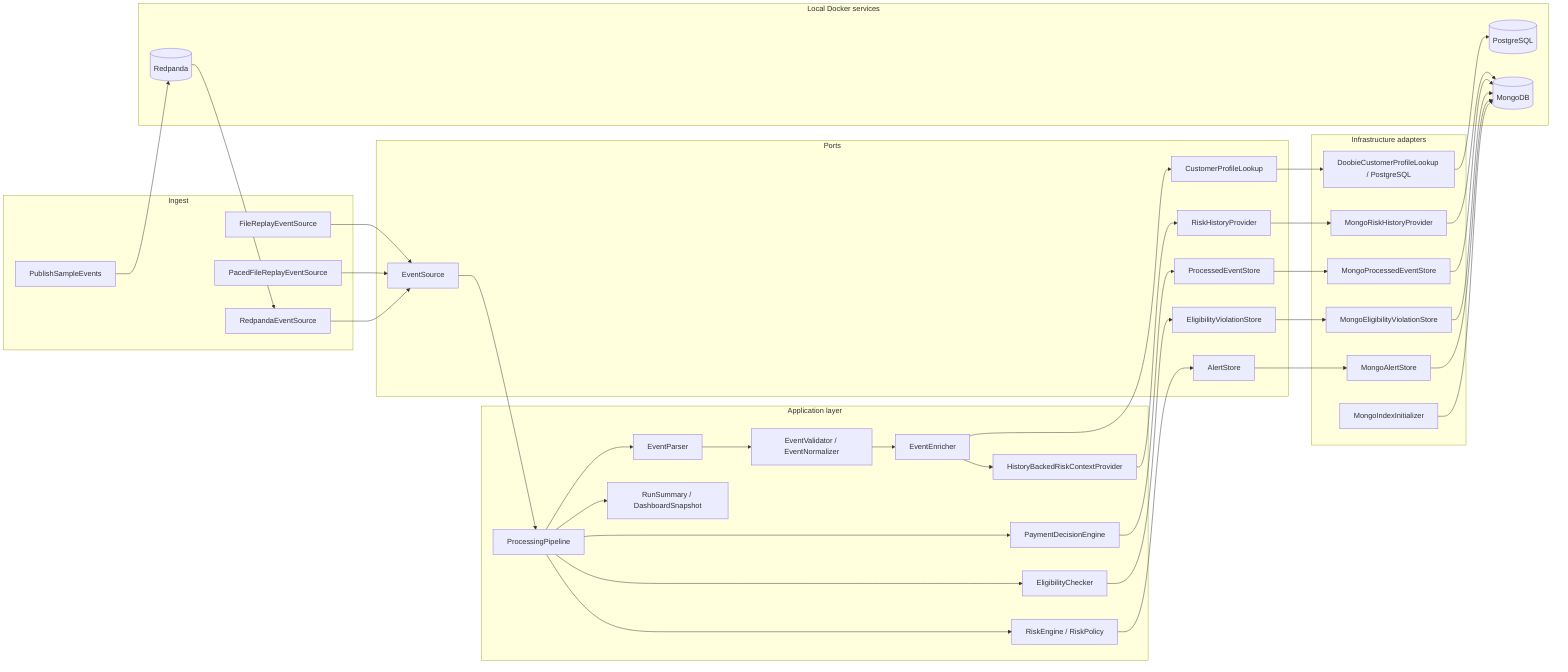
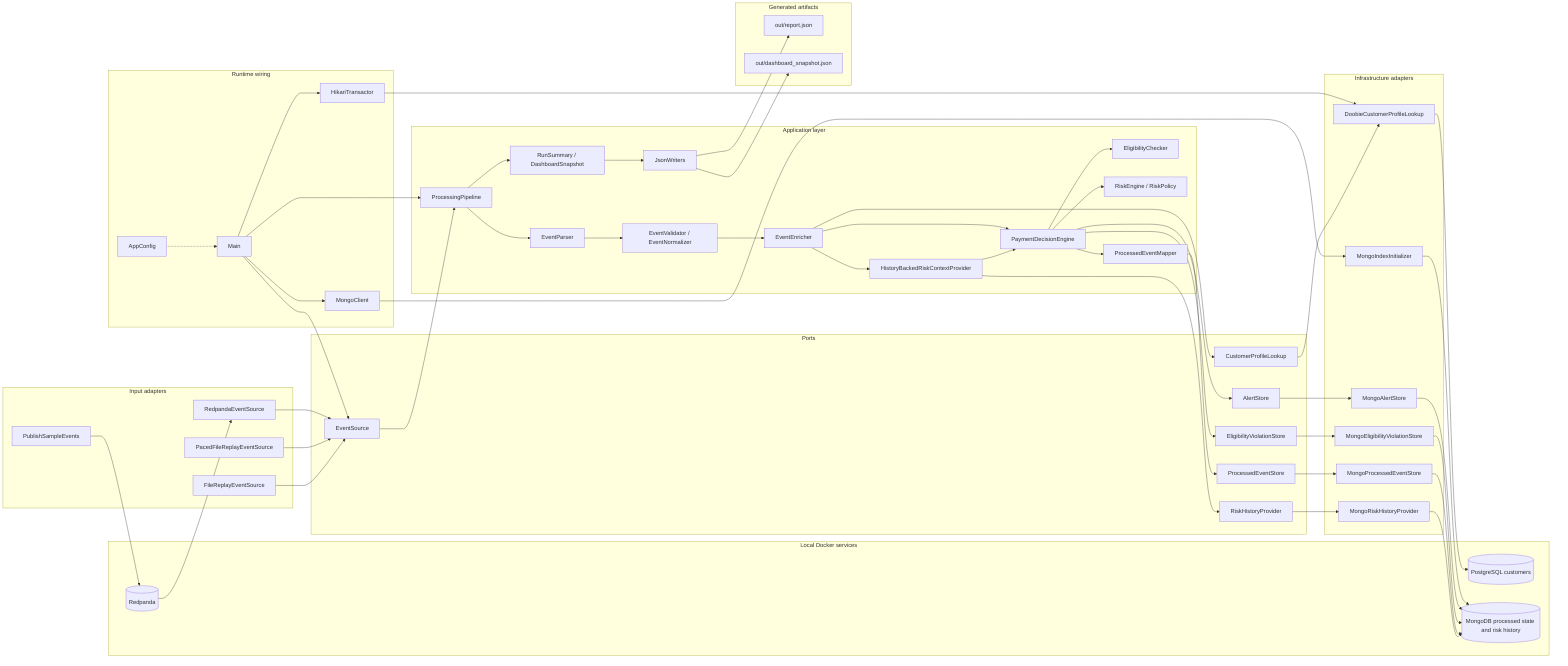
flowchart LR
-   subgraph Ingest[Ingest]
+   subgraph Runtime[Runtime wiring]
+     main[Main]
+     config[AppConfig]
+     hikari[HikariTransactor]
+     mongoClient[MongoClient]
+   end
+ 
+   subgraph Sources[Input adapters]
    file[FileReplayEventSource]
    paced[PacedFileReplayEventSource]
    redpanda[RedpandaEventSource]
    publisher[PublishSampleEvents]
  end

  subgraph Application[Application layer]
+     pipeline[ProcessingPipeline]
    parser[EventParser]
    validator[EventValidator / EventNormalizer]
    enricher[EventEnricher]
-     pipeline[ProcessingPipeline]
+     riskContext[HistoryBackedRiskContextProvider]
+     decision[PaymentDecisionEngine]
    eligibility[EligibilityChecker]
-     riskContext[HistoryBackedRiskContextProvider]
    risk[RiskEngine / RiskPolicy]
-     decision[PaymentDecisionEngine]
-     reporting[RunSummary / DashboardSnapshot]
+     mapper[ProcessedEventMapper]
+     summary[RunSummary / DashboardSnapshot]
+     writers[JsonWriters]
  end

  subgraph Ports[Ports]
    eventSource[EventSource]
    profilePort[CustomerProfileLookup]
    historyPort[RiskHistoryProvider]
    processedPort[ProcessedEventStore]
    violationsPort[EligibilityViolationStore]
    alertsPort[AlertStore]
  end

-   subgraph Infrastructure[Infrastructure adapters]
-     postgres[DoobieCustomerProfileLookup / PostgreSQL]
+   subgraph Adapters[Infrastructure adapters]
+     postgresLookup[DoobieCustomerProfileLookup]
    mongoHistory[MongoRiskHistoryProvider]
    mongoProcessed[MongoProcessedEventStore]
    mongoViolations[MongoEligibilityViolationStore]
    mongoAlerts[MongoAlertStore]
    mongoIndexes[MongoIndexInitializer]
  end

  subgraph Stores[Local Docker services]
-     pg[(PostgreSQL)]
-     mongo[(MongoDB)]
+     pg[(PostgreSQL customers)]
+     mongo[(MongoDB processed state and risk history)]
    rp[(Redpanda)]
  end
+ 
+   subgraph Outputs[Generated artifacts]
+     report[out/report.json]
+     snapshot[out/dashboard_snapshot.json]
+   end
+ 
+   config -.-> main
+   main --> hikari
+   main --> mongoClient
+   main --> eventSource
+   main --> pipeline

  file --> eventSource
  paced --> eventSource
  redpanda --> eventSource
  publisher --> rp
  rp --> redpanda

  eventSource --> pipeline
  pipeline --> parser
  parser --> validator
  validator --> enricher
+ 
  enricher --> profilePort
-   profilePort --> postgres
-   postgres --> pg
+   profilePort --> postgresLookup
+   hikari --> postgresLookup
+   postgresLookup --> pg

  enricher --> riskContext
  riskContext --> historyPort
  historyPort --> mongoHistory
  mongoHistory --> mongo

-   pipeline --> eligibility
-   pipeline --> risk
-   pipeline --> decision
+   riskContext --> decision
+   enricher --> decision
+   decision --> eligibility
+   decision --> risk
+   decision --> mapper

-   decision --> processedPort
-   eligibility --> violationsPort
-   risk --> alertsPort
+   mapper --> processedPort
+   decision --> violationsPort
+   decision --> alertsPort

  processedPort --> mongoProcessed
  violationsPort --> mongoViolations
  alertsPort --> mongoAlerts
  mongoProcessed --> mongo
  mongoViolations --> mongo
  mongoAlerts --> mongo
  mongoIndexes --> mongo
+   mongoClient --> mongoIndexes

-   pipeline --> reporting
+   pipeline --> summary
+   summary --> writers
+   writers --> report
+   writers --> snapshot
